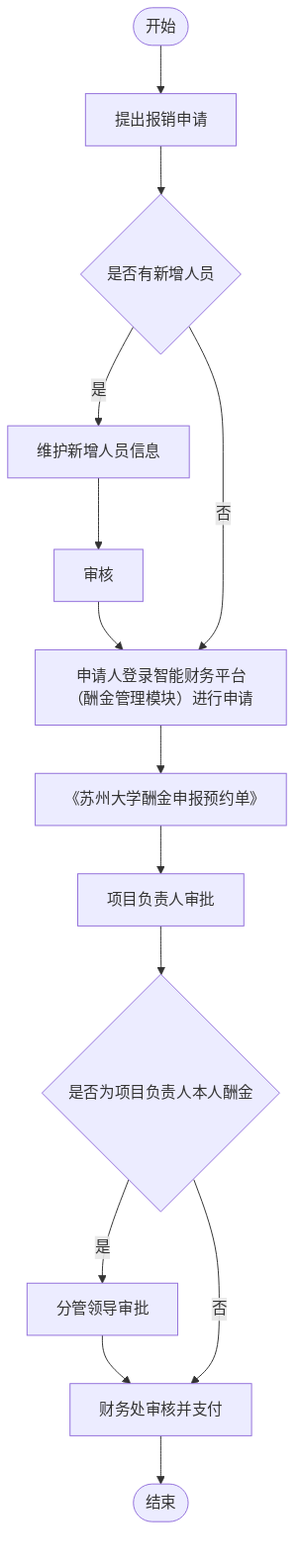
AmyIvan/work1 keeps this Mermaid diagram as outline2flow/flow_outputs/page_19.png. Above is the earlier version. Its source is kept beside it as outline2flow/mmd_outputs/page_19.mmd. The source it was exported from:
```mermaid
flowchart TD
    A(["开始"]) --> B["提出报销申请"]
    B --> C{"是否有新增人员"}
    C -->|是| D["维护新增人员信息"] --> E["审核"] --> F["申请人登录智能财务平台（酬金管理模块）进行申请"]
    C -->|否| F
    F --> G["《苏州大学酬金申报预约单》"] --> H["项目负责人审批"]
    H --> I{"是否为项目负责人本人酬金"}
    I -->|是| J["分管领导审批"] --> K["财务处审核并支付"]
    I -->|否| K
    K --> L(["结束"])
```
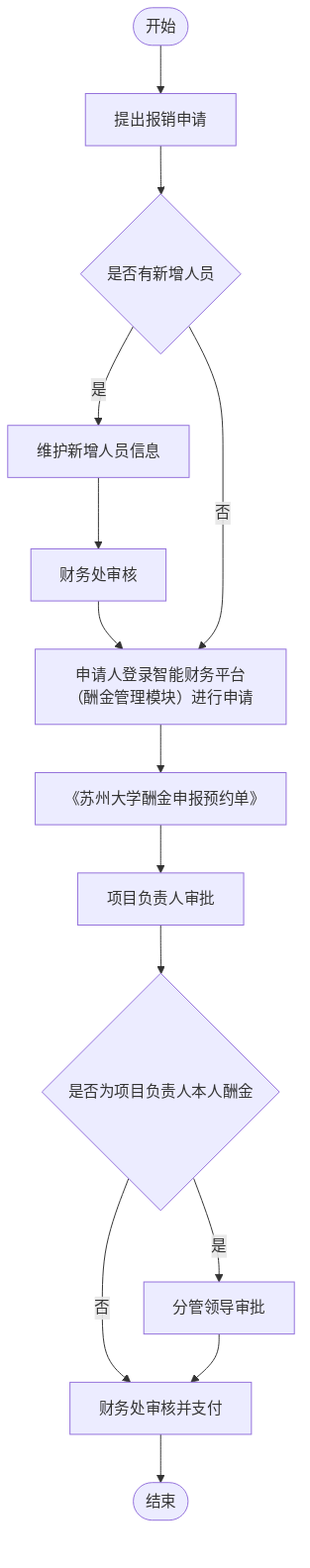
The same diagram one commit later.

What changed in the source:
```diff
@@ -1,10 +1,14 @@
 flowchart TD
-    A(["开始"]) --> B["提出报销申请"]
-    B --> C{"是否有新增人员"}
-    C -->|是| D["维护新增人员信息"] --> E["审核"] --> F["申请人登录智能财务平台（酬金管理模块）进行申请"]
-    C -->|否| F
-    F --> G["《苏州大学酬金申报预约单》"] --> H["项目负责人审批"]
-    H --> I{"是否为项目负责人本人酬金"}
-    I -->|是| J["分管领导审批"] --> K["财务处审核并支付"]
-    I -->|否| K
-    K --> L(["结束"])
+    Start(["开始"]) --> A[提出报销申请]
+    A --> B{是否有新增人员}
+    B -->|是| C[维护新增人员信息]
+    C --> D[财务处审核]
+    D --> E[申请人登录智能财务平台（酬金管理模块）进行申请]
+    B -->|否| E
+    E --> F[《苏州大学酬金申报预约单》]
+    F --> G[项目负责人审批]
+    G --> H{是否为项目负责人本人酬金}
+    H -->|是| I[分管领导审批]
+    H -->|否| J[财务处审核并支付]
+    I --> J
+    J --> End(["结束"])
```
